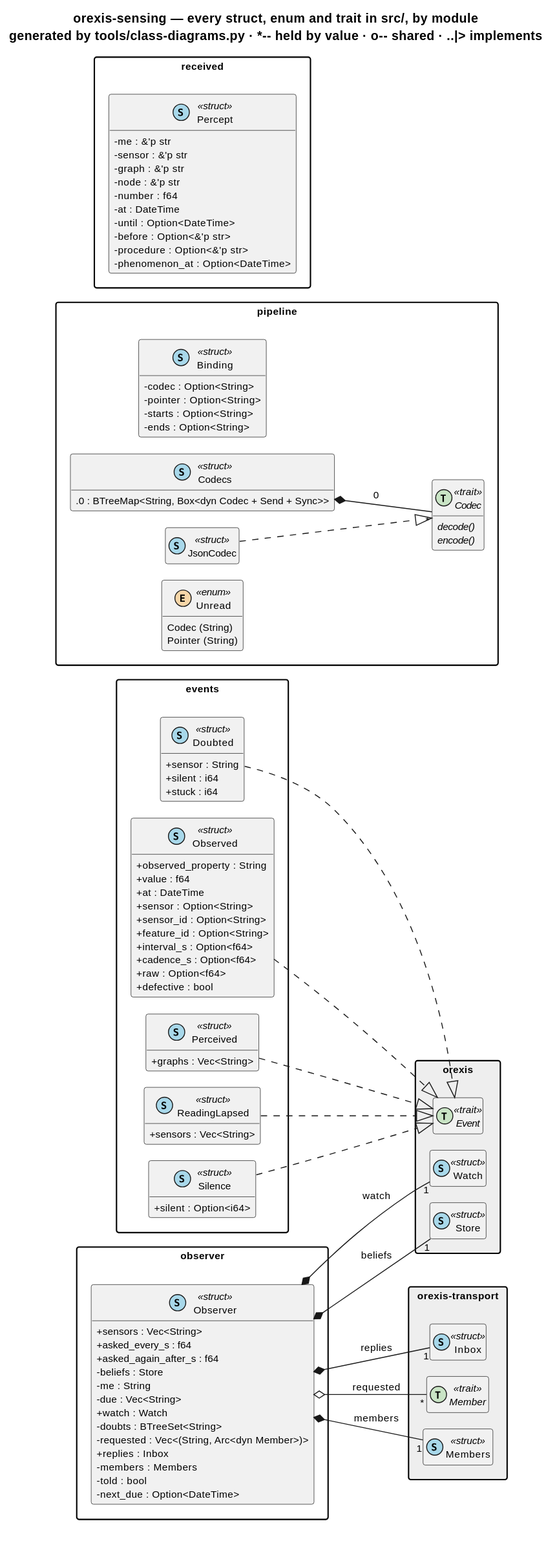
Before: knowledge/diagrams/package-orexis-sensing.svg, a diagram exported from PlantUML (ShishkinDmitriy/orexis). Its diagram source:
```plantuml
@startuml
!pragma layout smetana
title orexis-sensing — every struct, enum and trait in src/, by module\ngenerated by tools/class-diagrams.py · ~*~-~- held by value · o~-~- shared · ..|> implements
skinparam shadowing false
skinparam classAttributeIconSize 0
skinparam defaultFontSize 11
skinparam packageStyle rectangle
hide empty members
left to right direction

package "events" {
  class "Doubted" as orexis_sensing__events__Doubted << (S,#A8D8EA) struct >> {
    {field} +sensor : String
    {field} +silent : i64
    {field} +stuck : i64
  }
  class "Observed" as orexis_sensing__events__Observed << (S,#A8D8EA) struct >> {
    {field} +observed_property : String
    {field} +value : f64
    {field} +at : DateTime
    {field} +sensor : Option<String>
    {field} +sensor_id : Option<String>
    {field} +feature_id : Option<String>
    {field} +interval_s : Option<f64>
    {field} +cadence_s : Option<f64>
    {field} +raw : Option<f64>
    {field} +defective : bool
  }
  class "Perceived" as orexis_sensing__events__Perceived << (S,#A8D8EA) struct >> {
    {field} +graphs : Vec<String>
  }
  class "ReadingLapsed" as orexis_sensing__events__ReadingLapsed << (S,#A8D8EA) struct >> {
    {field} +sensors : Vec<String>
  }
  class "Silence" as orexis_sensing__events__Silence << (S,#A8D8EA) struct >> {
    {field} +silent : Option<i64>
  }
}
package "observer" {
  class "Observer" as orexis_sensing__observer__Observer << (S,#A8D8EA) struct >> {
    {field} +sensors : Vec<String>
    {field} +asked_every_s : f64
    {field} +asked_again_after_s : f64
    {field} -beliefs : Store
    {field} -me : String
    {field} -due : Vec<String>
    {field} +watch : Watch
    {field} -doubts : BTreeSet<String>
    {field} -requested : Vec<(String, Arc<dyn Member>)>
    {field} +replies : Inbox
    {field} -members : Members
    {field} -told : bool
    {field} -next_due : Option<DateTime>
  }
}
package "pipeline" {
  class "Binding" as orexis_sensing__pipeline__Binding << (S,#A8D8EA) struct >> {
    {field} -codec : Option<String>
    {field} -pointer : Option<String>
    {field} -starts : Option<String>
    {field} -ends : Option<String>
  }
  interface "Codec" as orexis_sensing__pipeline__Codec << (T,#C9E4C5) trait >> {
    {abstract} decode()
    {abstract} encode()
  }
  class "Codecs" as orexis_sensing__pipeline__Codecs << (S,#A8D8EA) struct >> {
    {field} .0 : BTreeMap<String, Box<dyn Codec + Send + Sync>>
  }
  class "JsonCodec" as orexis_sensing__pipeline__JsonCodec << (S,#A8D8EA) struct >> {
  }
  enum "Unread" as orexis_sensing__pipeline__Unread << (E,#F6D6A8) enum >> {
    Codec (String)
    Pointer (String)
  }
}
package "received" {
  class "Percept" as orexis_sensing__received__Percept << (S,#A8D8EA) struct >> {
    {field} -me : &'p str
    {field} -sensor : &'p str
    {field} -graph : &'p str
    {field} -node : &'p str
    {field} -number : f64
    {field} -at : DateTime
    {field} -until : Option<DateTime>
    {field} -before : Option<&'p str>
    {field} -procedure : Option<&'p str>
    {field} -phenomenon_at : Option<DateTime>
  }
}

package "orexis" #EEEEEE {
  interface "Event" as orexis__events__Event << (T,#C9E4C5) trait >>
  class "Watch" as orexis__events__Watch << (S,#A8D8EA) struct >>
  class "Store" as orexis__store__Store << (S,#A8D8EA) struct >>
}
package "orexis-transport" #EEEEEE {
  class "Inbox" as orexis_transport__inbox__Inbox << (S,#A8D8EA) struct >>
  interface "Member" as orexis_transport__member__Member << (T,#C9E4C5) trait >>
  class "Members" as orexis_transport__member__Members << (S,#A8D8EA) struct >>
}

orexis_sensing__observer__Observer *-- "1" orexis__store__Store : beliefs
orexis_sensing__observer__Observer *-- "1" orexis__events__Watch : watch
orexis_sensing__observer__Observer o-- "*" orexis_transport__member__Member : requested
orexis_sensing__observer__Observer *-- "1" orexis_transport__inbox__Inbox : replies
orexis_sensing__observer__Observer *-- "1" orexis_transport__member__Members : members
orexis_sensing__pipeline__Codecs *-- "*" orexis_sensing__pipeline__Codec : 0
orexis_sensing__events__Doubted ..|> orexis__events__Event
orexis_sensing__pipeline__JsonCodec ..|> orexis_sensing__pipeline__Codec
orexis_sensing__events__Observed ..|> orexis__events__Event
orexis_sensing__events__Perceived ..|> orexis__events__Event
orexis_sensing__events__ReadingLapsed ..|> orexis__events__Event
orexis_sensing__events__Silence ..|> orexis__events__Event
@enduml
```
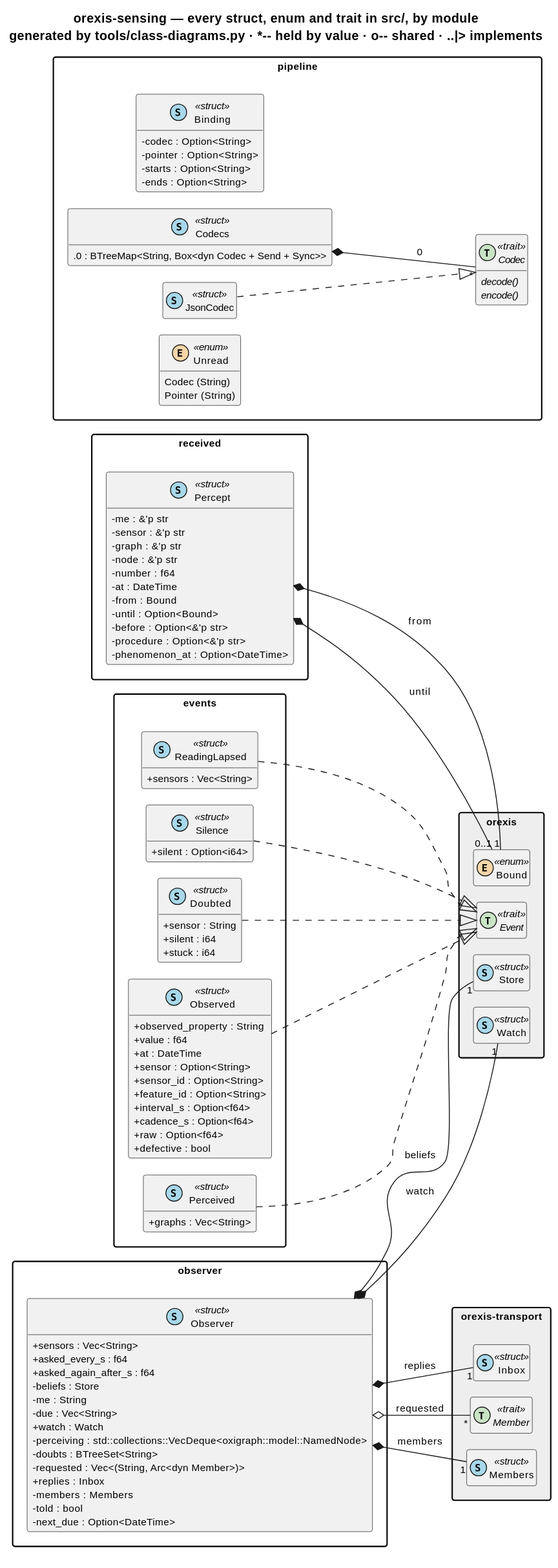
The same diagram one commit later.

What changed in the source:
```diff
@@ -45,6 +45,7 @@
     {field} -me : String
     {field} -due : Vec<String>
     {field} +watch : Watch
+    {field} -perceiving : std::collections::VecDeque<oxigraph::model::NamedNode>
     {field} -doubts : BTreeSet<String>
     {field} -requested : Vec<(String, Arc<dyn Member>)>
     {field} +replies : Inbox
@@ -82,7 +83,8 @@
     {field} -node : &'p str
     {field} -number : f64
     {field} -at : DateTime
-    {field} -until : Option<DateTime>
+    {field} -from : Bound
+    {field} -until : Option<Bound>
     {field} -before : Option<&'p str>
     {field} -procedure : Option<&'p str>
     {field} -phenomenon_at : Option<DateTime>
@@ -92,6 +94,7 @@
 package "orexis" #EEEEEE {
   interface "Event" as orexis__events__Event << (T,#C9E4C5) trait >>
   class "Watch" as orexis__events__Watch << (S,#A8D8EA) struct >>
+  enum "Bound" as orexis__store__Bound << (E,#F6D6A8) enum >>
   class "Store" as orexis__store__Store << (S,#A8D8EA) struct >>
 }
 package "orexis-transport" #EEEEEE {
@@ -106,6 +109,8 @@
 orexis_sensing__observer__Observer *-- "1" orexis_transport__inbox__Inbox : replies
 orexis_sensing__observer__Observer *-- "1" orexis_transport__member__Members : members
 orexis_sensing__pipeline__Codecs *-- "*" orexis_sensing__pipeline__Codec : 0
+orexis_sensing__received__Percept *-- "1" orexis__store__Bound : from
+orexis_sensing__received__Percept *-- "0..1" orexis__store__Bound : until
 orexis_sensing__events__Doubted ..|> orexis__events__Event
 orexis_sensing__pipeline__JsonCodec ..|> orexis_sensing__pipeline__Codec
 orexis_sensing__events__Observed ..|> orexis__events__Event
```
